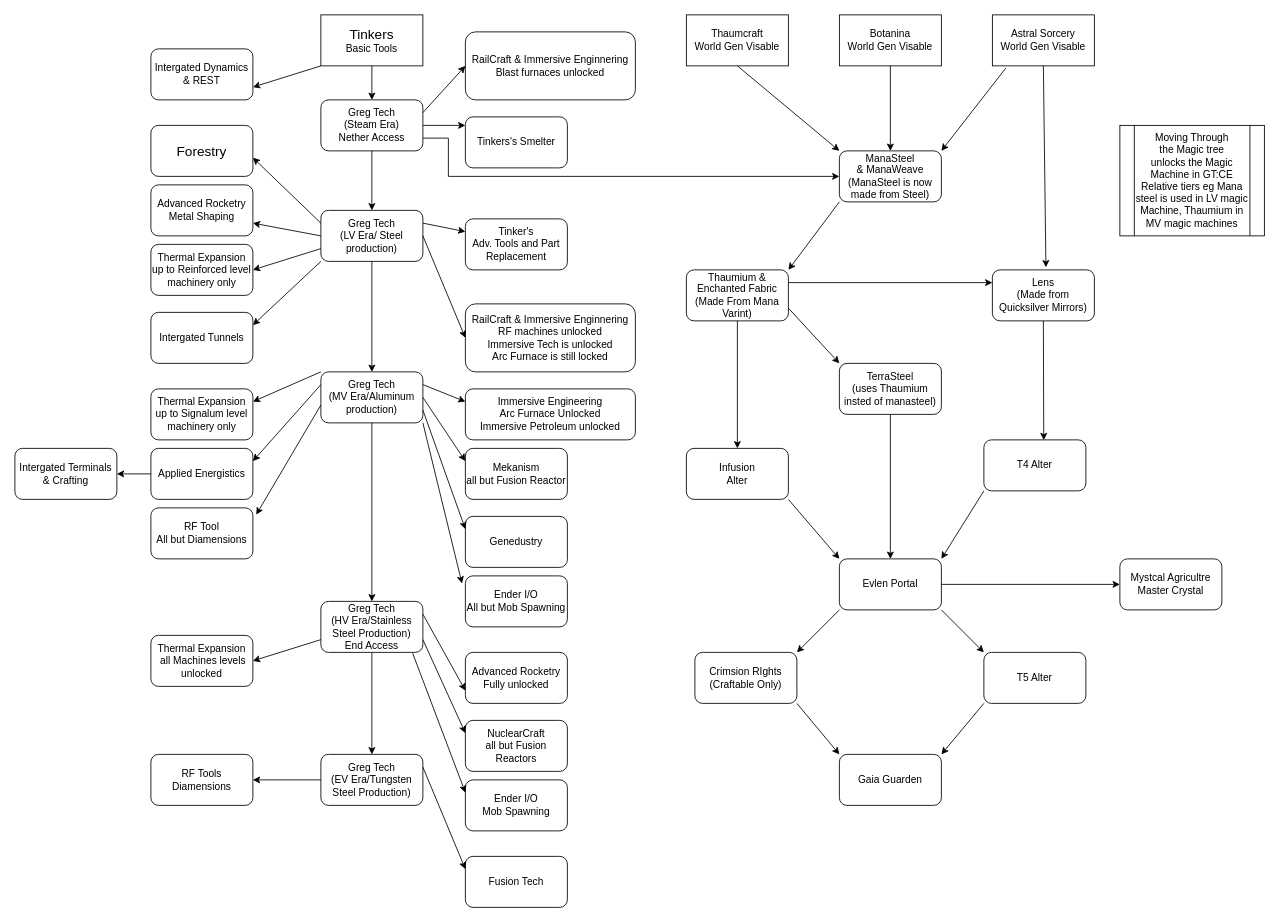
Above: ModpackGating.drawio in Floofs-Modpack-Dev/Gating (draw.io), before the change. Source tidied: cells renumbered, new cells numbered last; positions are measured from the earlier drawing's top-left corner, leaving out a move shared by most shapes. Both pictures are drawn from the tidied source at 85%, with x=0, y=0 at pixel (14, 14).
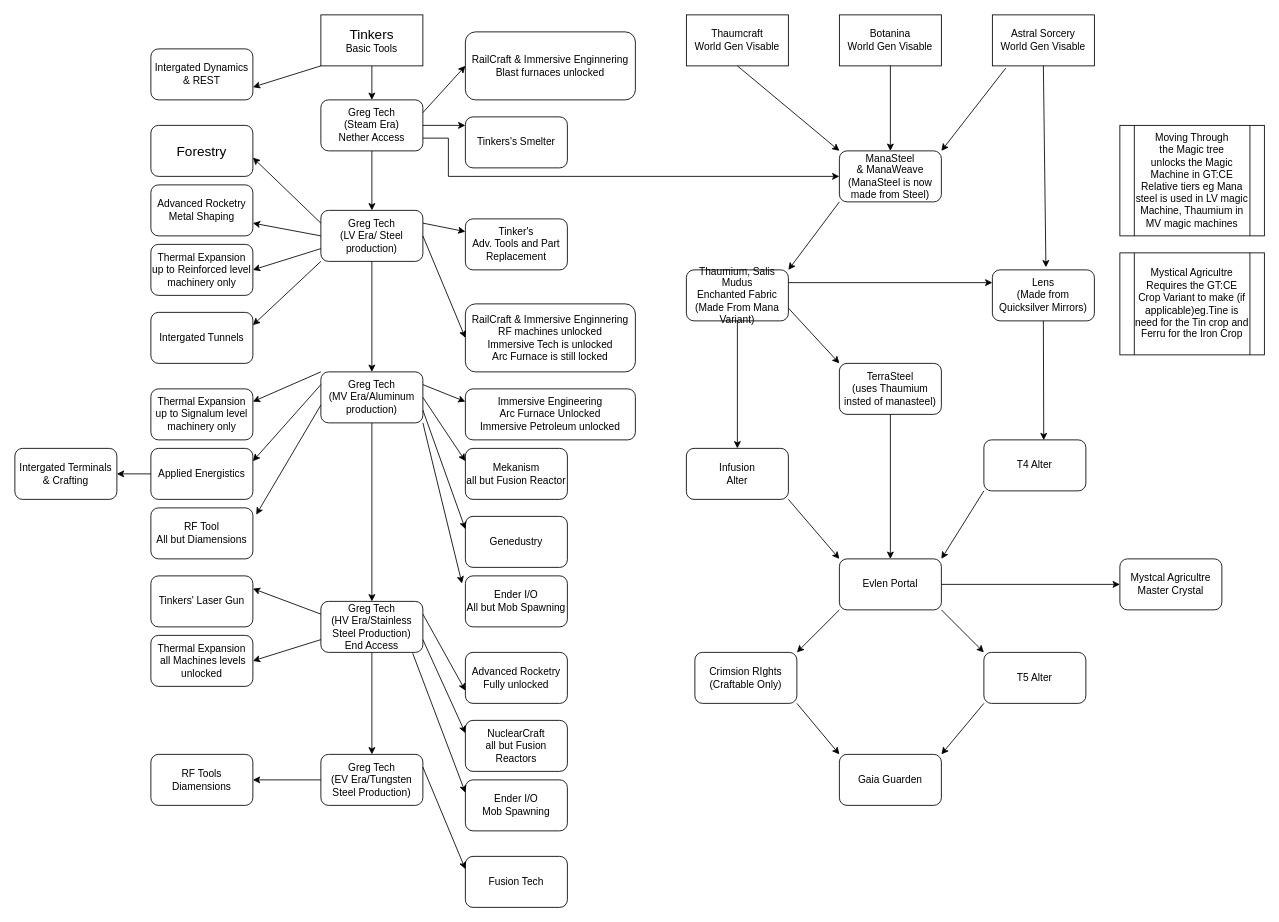
The same diagram, later.

Commit message:
Made Tinkers' Laser HV, Added Salis mudus to early Thuam gating, and  Added Mystical Agricultre Gating Info

Unchanged cells that the change refers to:
```xml
<mxCell id="18" value="&lt;div&gt;Greg Tech&lt;/div&gt;&lt;div&gt;(HV Era/Stainless Steel Production)&lt;br&gt;&lt;/div&gt;&lt;div&gt;End Access&lt;br&gt;&lt;/div&gt;" style="rounded=1;whiteSpace=wrap;html=1;" parent="1" vertex="1">
  <mxGeometry x="360" y="690" width="120" height="60" as="geometry" />
</mxCell>
```

What changed in the source:
```diff
@@
-    <mxCell id="55" value="&lt;div&gt;Thaumium &amp;amp;&lt;/div&gt;&lt;div&gt;Enchanted Fabric&lt;br&gt;&lt;/div&gt;&lt;div&gt;(Made From Mana Varint)&lt;br&gt;&lt;/div&gt;" style="rounded=1;whiteSpace=wrap;html=1;" parent="1" vertex="1">
+    <mxCell id="55" value="&lt;div&gt;Thaumium, Salis Mudus&lt;br&gt;&lt;/div&gt;&lt;div&gt;Enchanted Fabric&lt;br&gt;&lt;/div&gt;&lt;div&gt;(Made From Mana Variant)&lt;br&gt;&lt;/div&gt;" style="rounded=1;whiteSpace=wrap;html=1;" parent="1" vertex="1">
       <mxGeometry x="790" y="300" width="120" height="60" as="geometry" />
     </mxCell>
@@
+    <mxCell id="92" value="&lt;div&gt;Mystical Agricultre&lt;/div&gt;&lt;div&gt;Requires the GT:CE Crop Variant to make (if applicable)eg.Tine is need for the Tin crop and Ferru for the Iron Crop&lt;br&gt;&lt;/div&gt;" style="shape=process;whiteSpace=wrap;html=1;backgroundOutline=1;" parent="1" vertex="1">
+      <mxGeometry x="1300" y="280" width="170" height="120" as="geometry" />
+    </mxCell>
+    <mxCell id="93" value="Tinkers' Laser Gun" style="rounded=1;whiteSpace=wrap;html=1;" parent="1" vertex="1">
+      <mxGeometry x="160" y="660" width="120" height="60" as="geometry" />
+    </mxCell>
+    <mxCell id="94" style="endArrow=classic;html=1;entryX=1;entryY=0.25;entryDx=0;entryDy=0;exitX=0;exitY=0.25;exitDx=0;exitDy=0;" parent="1" edge="1" source="18" target="93">
+      <mxGeometry relative="1" as="geometry" />
+    </mxCell>
```
